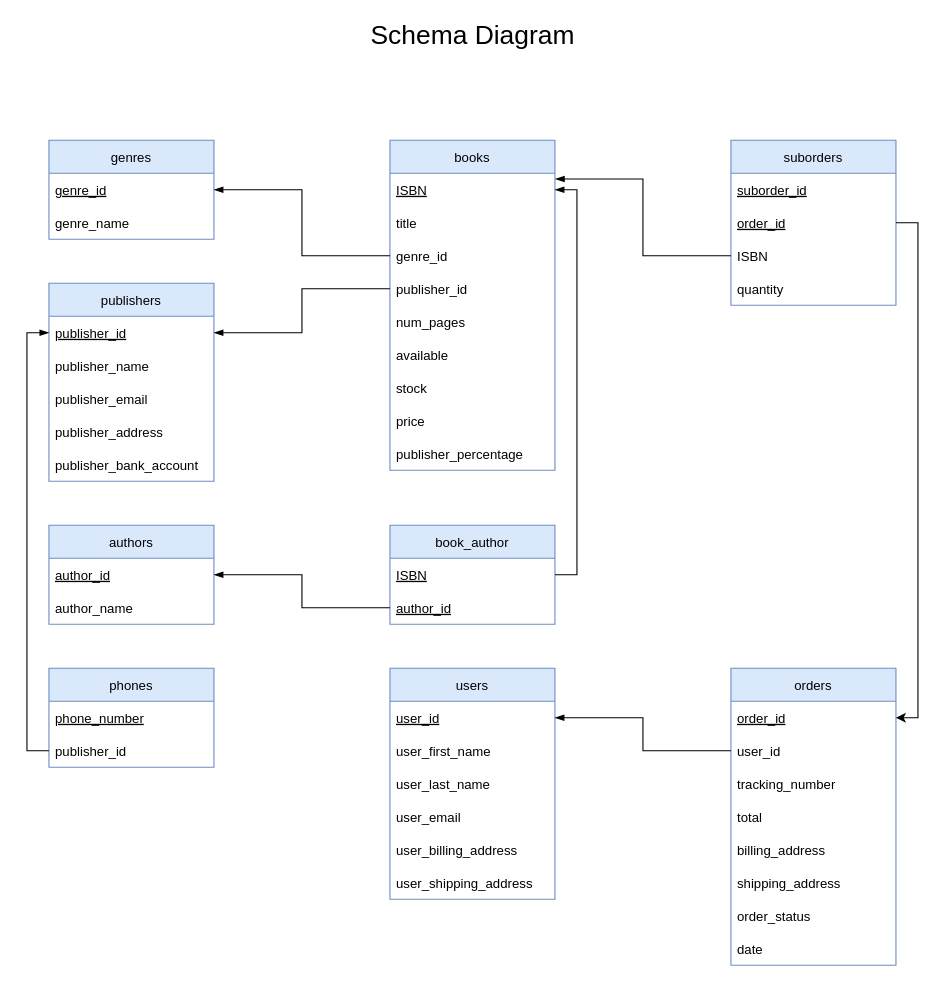
Before: Report/Schemas/Schema Diagram.drawio in michaeldquach/COMP-3005-Final-Project, a draw.io diagram. Source tidied: cells renumbered, new cells numbered last; positions are measured from the earlier drawing's top-left corner, leaving out a move shared by most shapes. Both pictures are drawn from the tidied source at 110%, with x=0, y=0 at pixel (48, 19).
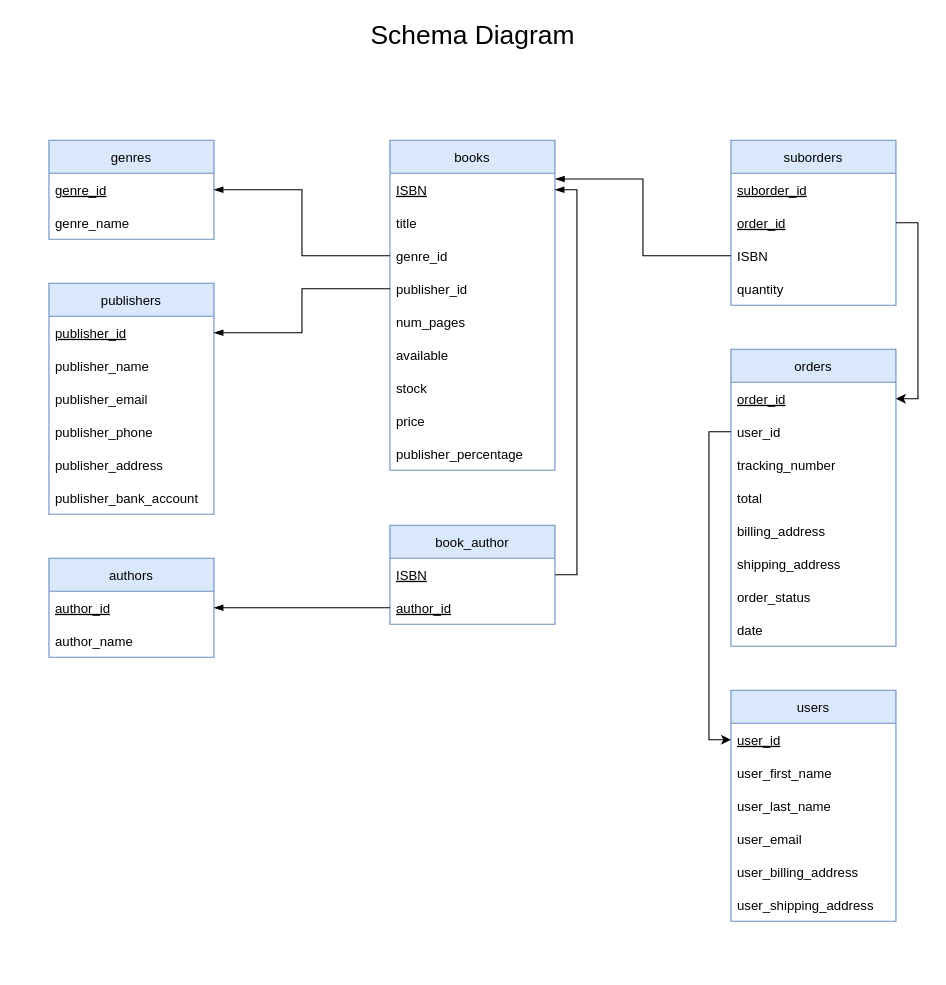
After the change.

The change refers to these unchanged cells:
```xml
<mxCell id="19" value="publisher_id" style="text;strokeColor=none;fillColor=none;align=left;verticalAlign=middle;spacingLeft=4;spacingRight=4;overflow=hidden;points=[[0,0.5],[1,0.5]];portConstraint=eastwest;fontStyle=4;" parent="18" vertex="1">
  <mxGeometry y="30" width="150" height="30" as="geometry" />
</mxCell>
<mxCell id="34" value="user_id" style="text;strokeColor=none;fillColor=none;align=left;verticalAlign=middle;spacingLeft=4;spacingRight=4;overflow=hidden;points=[[0,0.5],[1,0.5]];portConstraint=eastwest;fontStyle=0;" parent="32" vertex="1">
  <mxGeometry y="60" width="150" height="30" as="geometry" />
</mxCell>
<mxCell id="42" value="user_id" style="text;strokeColor=none;fillColor=none;align=left;verticalAlign=middle;spacingLeft=4;spacingRight=4;overflow=hidden;points=[[0,0.5],[1,0.5]];portConstraint=eastwest;fontStyle=4;" parent="41" vertex="1">
  <mxGeometry y="30" width="150" height="30" as="geometry" />
</mxCell>
```

What changed in the source:
```diff
@@
     <mxCell id="15" value="authors" style="swimlane;fontStyle=0;horizontal=1;startSize=30;fillColor=#dae8fc;strokeColor=#6c8ebf;" parent="1" vertex="1">
-      <mxGeometry y="460" width="150" height="90" as="geometry" />
+      <mxGeometry y="490" width="150" height="90" as="geometry" />
     </mxCell>
@@
     <mxCell id="18" value="publishers" style="swimlane;fontStyle=0;horizontal=1;startSize=30;fillColor=#dae8fc;strokeColor=#6c8ebf;" parent="1" vertex="1">
-      <mxGeometry y="240" width="150" height="180" as="geometry" />
+      <mxGeometry y="240" width="150" height="210" as="geometry" />
     </mxCell>
@@
+    <mxCell id="60" value="publisher_phone" style="text;strokeColor=none;fillColor=none;align=left;verticalAlign=middle;spacingLeft=4;spacingRight=4;overflow=hidden;" parent="18" vertex="1">
+      <mxGeometry y="120" width="150" height="30" as="geometry" />
+    </mxCell>
     <mxCell id="22" value="publisher_address" style="text;strokeColor=none;fillColor=none;align=left;verticalAlign=middle;spacingLeft=4;spacingRight=4;overflow=hidden;" parent="18" vertex="1">
-      <mxGeometry y="120" width="150" height="30" as="geometry" />
+      <mxGeometry y="150" width="150" height="30" as="geometry" />
     </mxCell>
     <mxCell id="23" value="publisher_bank_account" style="text;strokeColor=none;fillColor=none;align=left;verticalAlign=middle;spacingLeft=4;spacingRight=4;overflow=hidden;" parent="18" vertex="1">
-      <mxGeometry y="150" width="150" height="30" as="geometry" />
+      <mxGeometry y="180" width="150" height="30" as="geometry" />
     </mxCell>
-    <mxCell id="24" value="phones" style="swimlane;fontStyle=0;horizontal=1;startSize=30;fillColor=#dae8fc;strokeColor=#6c8ebf;" parent="1" vertex="1">
-      <mxGeometry y="590" width="150" height="90" as="geometry" />
-    </mxCell>
-    <mxCell id="25" value="phone_number" style="text;strokeColor=none;fillColor=none;align=left;verticalAlign=middle;spacingLeft=4;spacingRight=4;overflow=hidden;fontStyle=4;" parent="24" vertex="1">
-      <mxGeometry y="30" width="150" height="30" as="geometry" />
-    </mxCell>
-    <mxCell id="26" value="publisher_id" style="text;strokeColor=none;fillColor=none;align=left;verticalAlign=middle;spacingLeft=4;spacingRight=4;overflow=hidden;points=[[0,0.5],[1,0.5]];portConstraint=eastwest;fontStyle=0;" parent="24" vertex="1">
-      <mxGeometry y="60" width="150" height="30" as="geometry" />
-    </mxCell>
@@
     <mxCell id="32" value="orders" style="swimlane;fontStyle=0;horizontal=1;startSize=30;fillColor=#dae8fc;strokeColor=#6c8ebf;" parent="1" vertex="1">
-      <mxGeometry x="620" y="590" width="150" height="270" as="geometry" />
+      <mxGeometry x="620" y="300" width="150" height="270" as="geometry" />
     </mxCell>
@@
     <mxCell id="41" value="users" style="swimlane;fontStyle=0;horizontal=1;startSize=30;fillColor=#dae8fc;strokeColor=#6c8ebf;" parent="1" vertex="1">
-      <mxGeometry x="310" y="590" width="150" height="210" as="geometry" />
+      <mxGeometry x="620" y="610" width="150" height="210" as="geometry" />
     </mxCell>
@@
-    <mxCell id="54" style="edgeStyle=orthogonalEdgeStyle;rounded=0;jettySize=auto;html=1;exitX=0;exitY=0.5;exitDx=0;exitDy=0;entryX=0;entryY=0.5;entryDx=0;entryDy=0;fontSize=12;endArrow=blockThin;endFill=1;" parent="1" edge="1" source="26" target="19">
-      <mxGeometry relative="1" as="geometry" />
-    </mxCell>
@@
-    <mxCell id="56" style="edgeStyle=orthogonalEdgeStyle;rounded=0;jettySize=auto;html=1;exitX=0;exitY=0.5;exitDx=0;exitDy=0;entryX=1;entryY=0.5;entryDx=0;entryDy=0;fontSize=12;endArrow=blockThin;endFill=1;" parent="1" edge="1" source="34" target="42">
-      <mxGeometry relative="1" as="geometry" />
-    </mxCell>
@@
+    <mxCell id="56" style="edgeStyle=orthogonalEdgeStyle;rounded=0;jettySize=auto;html=1;exitX=0;exitY=0.5;exitDx=0;exitDy=0;entryX=0;entryY=0.5;entryDx=0;entryDy=0;" parent="1" edge="1" source="34" target="42">
+      <mxGeometry relative="1" as="geometry" />
+    </mxCell>
```
